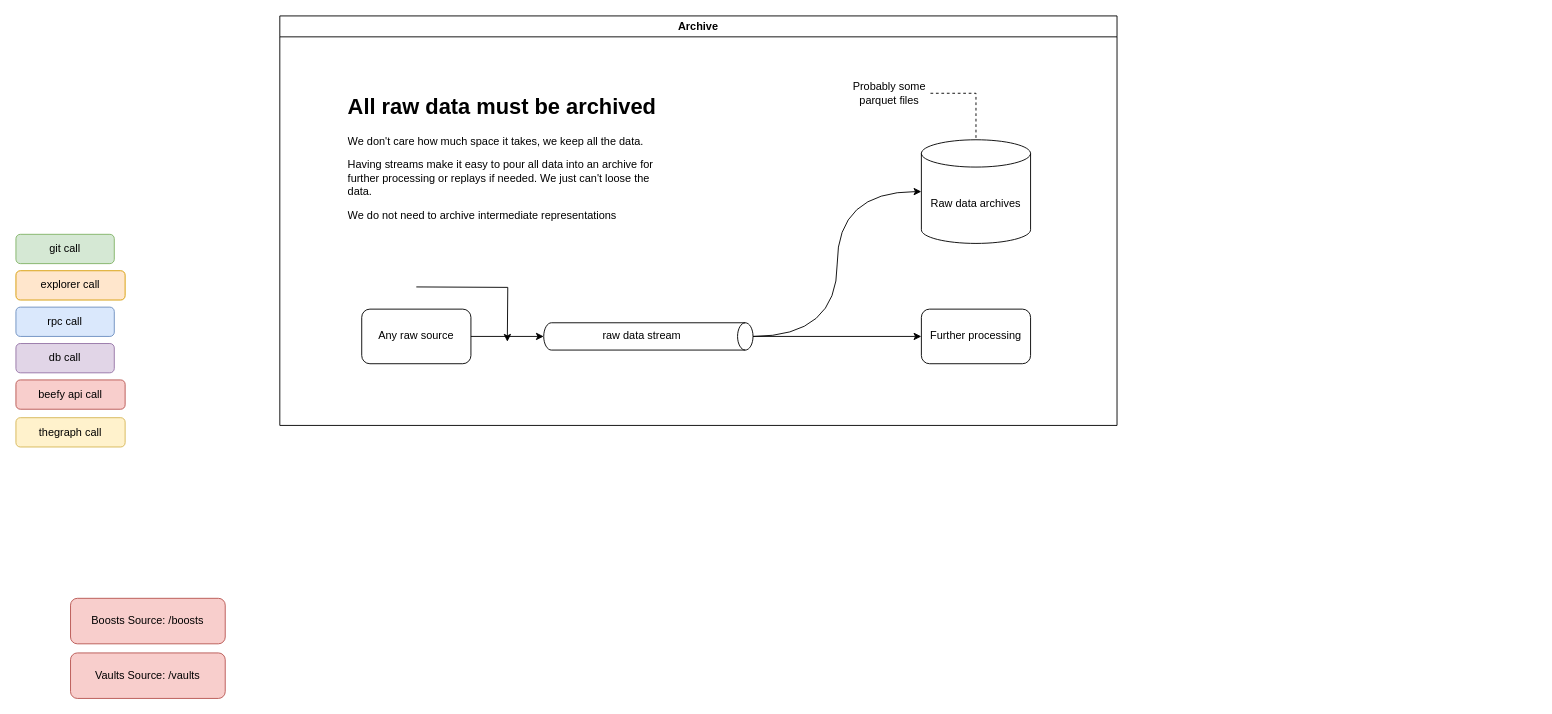
The draw.io diagram documentation/databarn.drawio in prevostc/beefy-bi, before the edit. Source tidied: cells renumbered, new cells numbered last; positions are measured from the earlier drawing's top-left corner, leaving out a move shared by most shapes. Both pictures are drawn from the tidied source at 91%, with x=0, y=0 at pixel (15, 15).
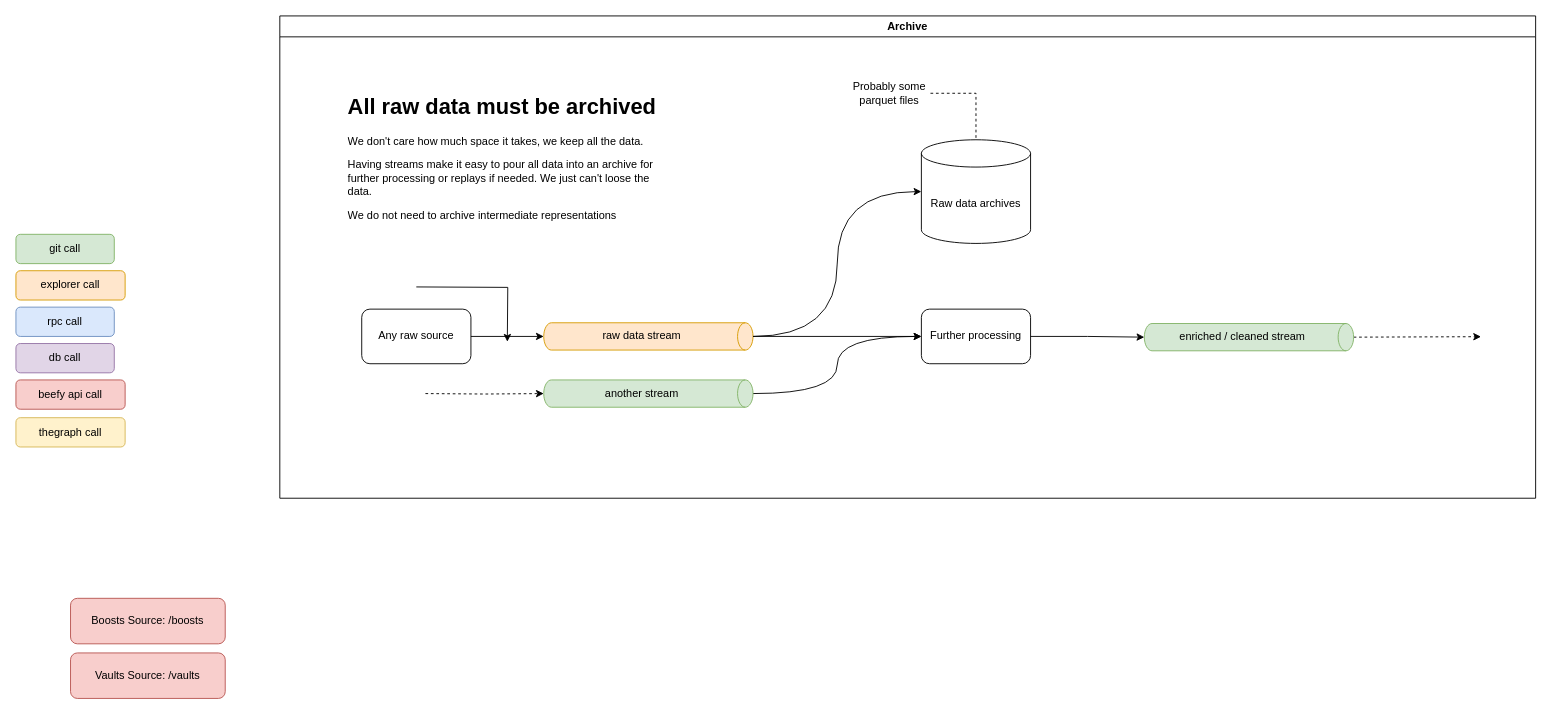
Above is the later version.

Unchanged cells that the change refers to:
```xml
<mxCell id="19" value="Further processing" style="rounded=1;whiteSpace=wrap;html=1;" parent="10" vertex="1">
  <mxGeometry x="705" y="322.2" width="120" height="60" as="geometry" />
</mxCell>
```

Diff of the diagram source:
```diff
@@
     <mxCell id="10" value="Archive" style="swimlane;whiteSpace=wrap;html=1;" parent="1" vertex="1">
-      <mxGeometry x="290" width="920" height="450" as="geometry" />
+      <mxGeometry x="290" width="1380" height="530" as="geometry" />
     </mxCell>
@@
-    <mxCell id="15" value="raw data stream" style="shape=cylinder3;whiteSpace=wrap;html=1;boundedLbl=1;backgroundOutline=1;size=8.5;rotation=90;fillColor=default;horizontal=0;" parent="10" vertex="1">
+    <mxCell id="15" value="raw data stream" style="shape=cylinder3;whiteSpace=wrap;html=1;boundedLbl=1;backgroundOutline=1;size=8.5;rotation=90;fillColor=#ffe6cc;horizontal=0;strokeColor=#d79b00;" parent="10" vertex="1">
       <mxGeometry x="390" y="237.2" width="30" height="230" as="geometry" />
     </mxCell>
@@
+    <mxCell id="24" style="edgeStyle=orthogonalEdgeStyle;rounded=0;jettySize=auto;html=1;exitX=0.5;exitY=0;exitDx=0;exitDy=0;exitPerimeter=0;dashed=1;" parent="10" edge="1" source="25">
+      <mxGeometry relative="1" as="geometry">
+        <mxPoint x="1320" y="352.5" as="targetPoint" />
+      </mxGeometry>
+    </mxCell>
+    <mxCell id="25" value="enriched / cleaned stream" style="shape=cylinder3;whiteSpace=wrap;html=1;boundedLbl=1;backgroundOutline=1;size=8.5;rotation=90;fillColor=#d5e8d4;horizontal=0;strokeColor=#82b366;" parent="10" vertex="1">
+      <mxGeometry x="1050" y="238" width="30" height="230" as="geometry" />
+    </mxCell>
+    <mxCell id="26" style="edgeStyle=orthogonalEdgeStyle;rounded=0;jettySize=auto;html=1;exitX=1;exitY=0.5;exitDx=0;exitDy=0;entryX=0.5;entryY=1;entryDx=0;entryDy=0;entryPerimeter=0;" parent="10" edge="1" source="19" target="25">
+      <mxGeometry relative="1" as="geometry" />
+    </mxCell>
+    <mxCell id="27" style="edgeStyle=orthogonalEdgeStyle;rounded=0;jettySize=auto;html=1;exitX=0.5;exitY=0;exitDx=0;exitDy=0;exitPerimeter=0;entryX=0;entryY=0.5;entryDx=0;entryDy=0;curved=1;" parent="10" edge="1" source="28" target="19">
+      <mxGeometry relative="1" as="geometry" />
+    </mxCell>
+    <mxCell id="28" value="another stream" style="shape=cylinder3;whiteSpace=wrap;html=1;boundedLbl=1;backgroundOutline=1;size=8.5;rotation=90;fillColor=#d5e8d4;horizontal=0;strokeColor=#82b366;" parent="10" vertex="1">
+      <mxGeometry x="390" y="300" width="30" height="230" as="geometry" />
+    </mxCell>
+    <mxCell id="29" style="edgeStyle=orthogonalEdgeStyle;rounded=0;jettySize=auto;html=1;entryX=0.5;entryY=1;entryDx=0;entryDy=0;entryPerimeter=0;dashed=1;" parent="10" edge="1" target="28">
+      <mxGeometry relative="1" as="geometry">
+        <mxPoint x="160" y="415" as="sourcePoint" />
+      </mxGeometry>
+    </mxCell>
```
